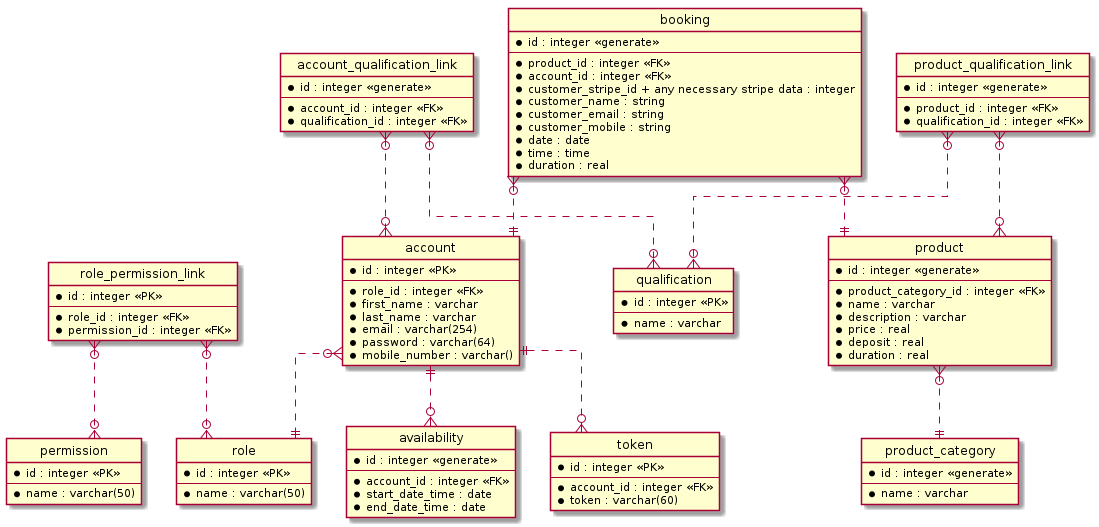
Above: docs/uml/db-erd.png in KarmaComputing/salon-booking-guru (PlantUML), before the change. The source it was exported from:
```plantuml
@startuml


hide circle

skinparam linetype ortho


entity "account" as account {
    *id : integer <<PK>>
    --
    *role_id : integer <<FK>>
    *first_name : varchar
    *last_name : varchar
    *email : varchar(254)
    *password : varchar(64)
    *mobile_number : varchar()
}

entity "role" as role {
    *id : integer <<PK>>
    --
    *name : varchar(50)
}

entity "permission" as permission {
    *id : integer <<PK>>
    --
    *name : varchar(50)
}

entity "role_permission_link" as role_permission_link {
    *id : integer <<PK>>
    --
    *role_id : integer <<FK>>
    *permission_id : integer <<FK>>
}

entity "token" as token {
    *id : integer <<PK>>
    --
    *account_id : integer <<FK>>
    *token : varchar(60)
}

entity "product" as product {
    *id : integer <<generate>>
    --
    *product_category_id : integer <<FK>>
    *name : varchar
    *description : varchar
    *price : real
    *deposit : real
    *duration : real
}

entity "qualification" as qualification {
    *id : integer <<PK>>
    --
    *name : varchar
}

entity "product_qualification_link" as product_qualification_link {
    *id : integer <<generate>>
    --
    *product_id : integer <<FK>>
    *qualification_id : integer <<FK>>
}

entity "account_qualification_link" as account_qualification_link {
    *id : integer <<generate>>
    --
    *account_id : integer <<FK>>
    *qualification_id : integer <<FK>>
}

entity "product_category" as product_category {
    *id : integer <<generate>>
    --
    *name : varchar
}

entity "booking" as booking {
    *id : integer <<generate>>
    --
    *product_id : integer <<FK>>
    *account_id : integer <<FK>>
    *customer_stripe_id + any necessary stripe data : integer
    *customer_name : string
    *customer_email : string
    *customer_mobile : string
    *date : date
    *time : time
    *duration : real
}

entity "availability" as availability {
    *id : integer <<generate>>
    --
    *account_id : integer <<FK>>
    *start_date_time : date
    *end_date_time : date
}



account }o..|| role
account ||..o{ token
account ||..o{ availability

role_permission_link }o..o{ role
role_permission_link }o..o{ permission

product_qualification_link }o..o{ product
product_qualification_link }o..o{ qualification

account_qualification_link }o..o{ account
account_qualification_link }o..o{ qualification

product }o..|| product_category

booking }o..|| product

booking }o..|| account

@enduml
```
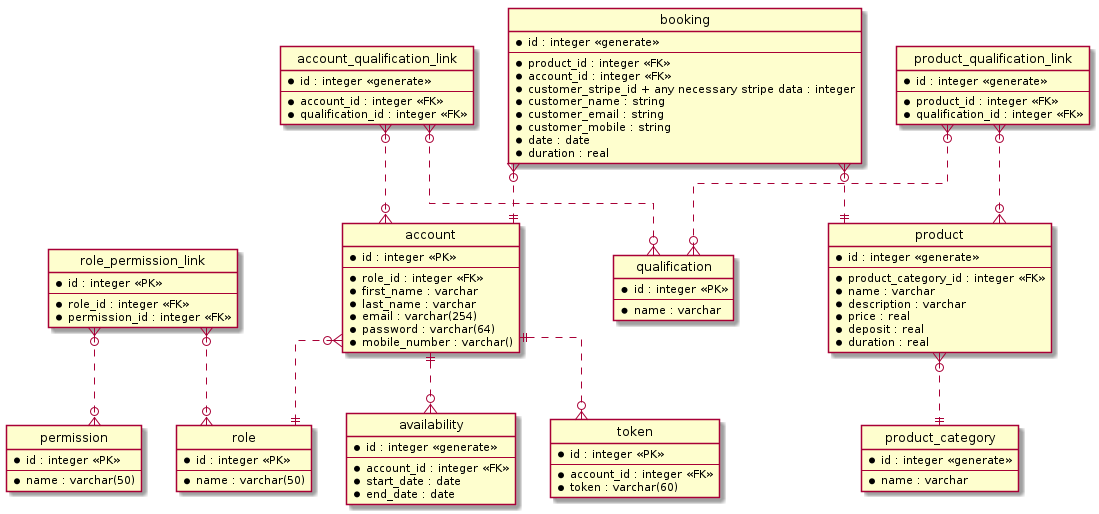
The same file after the commit.

Commit message:
Fully implemented ERD as migrations in golang API, and updated ERD uml where necessary

Change to the diagram source:
```diff
@@ -90,7 +90,6 @@
     *customer_email : string
     *customer_mobile : string
     *date : date
-    *time : time
     *duration : real
 }
 
@@ -98,8 +97,8 @@
     *id : integer <<generate>>
     --
     *account_id : integer <<FK>>
-    *start_date_time : date
-    *end_date_time : date
+    *start_date : date
+    *end_date : date
 }
 
 
```
